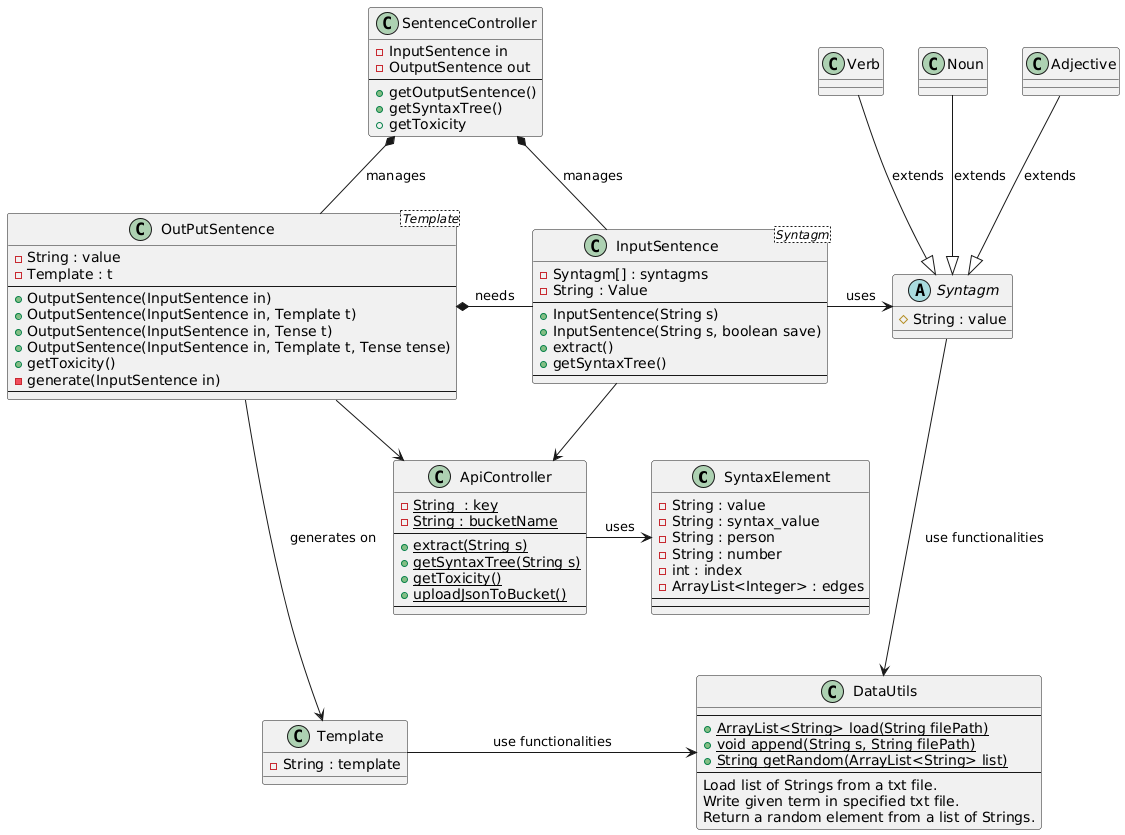
Earlier version of the PlantUML export docs/Class Diagram/Class Diagram.png (63616E617A7A61/NonSenseGenerator). Its diagram source:
```plantuml
@startuml
class "SyntaxElement" as se {
- String : value
- String : syntax_value
- String : person
- String : number
- int : index
- ArrayList<Integer> : edges
--
--
}

class "DataUtils" as du {
--
+ {static} ArrayList<String> load(String filePath)
+ {static} void append(String s, String filePath)
+ {static} String getRandom(ArrayList<String> list)
--
Load list of Strings from a txt file.
Write given term in specified txt file.
Return a random element from a list of Strings.
}

class "ApiController" as ac {
- {static} String  : key
- {static} String : bucketName
--
+ {static} extract(String s)
+ {static} getSyntaxTree(String s)
+ {static} getToxicity()
+ {static} uploadJsonToBucket()
--
}

class "Verb" as v {}
class "Noun" as n {}
class "Adjective" as a {}

Abstract "Syntagm" as s{
# String : value
}

class "Template" as t {
- String : template

}

class "SentenceController" as sc {
-InputSentence in
-OutputSentence out
--
+ getOutputSentence()
+ getSyntaxTree()
+ getToxicity
}

class "InputSentence" as is <Syntagm>{
- Syntagm[] : syntagms
- String : Value
--
+ InputSentence(String s)
+ InputSentence(String s, boolean save)
+ extract()
+ getSyntaxTree()
--
}

class "OutPutSentence" as os <Template> {
- String : value
- Template : t
--
+ OutputSentence(InputSentence in)
+ OutputSentence(InputSentence in, Template t)
+ OutputSentence(InputSentence in, Tense t)
+ OutputSentence(InputSentence in, Template t, Tense tense)
+ getToxicity()
- generate(InputSentence in)
--
}




v --|> s : extends
n --|> s : extends
a --|> s : extends

s -d-> du : use functionalities

os --> ac
is --> ac

os -d--> t : generates on
t -r-> du : use functionalities

os *-r- is : needs
is -> s : uses

sc *-- os : manages
sc *-- is : manages

ac -> se : uses
@enduml
```
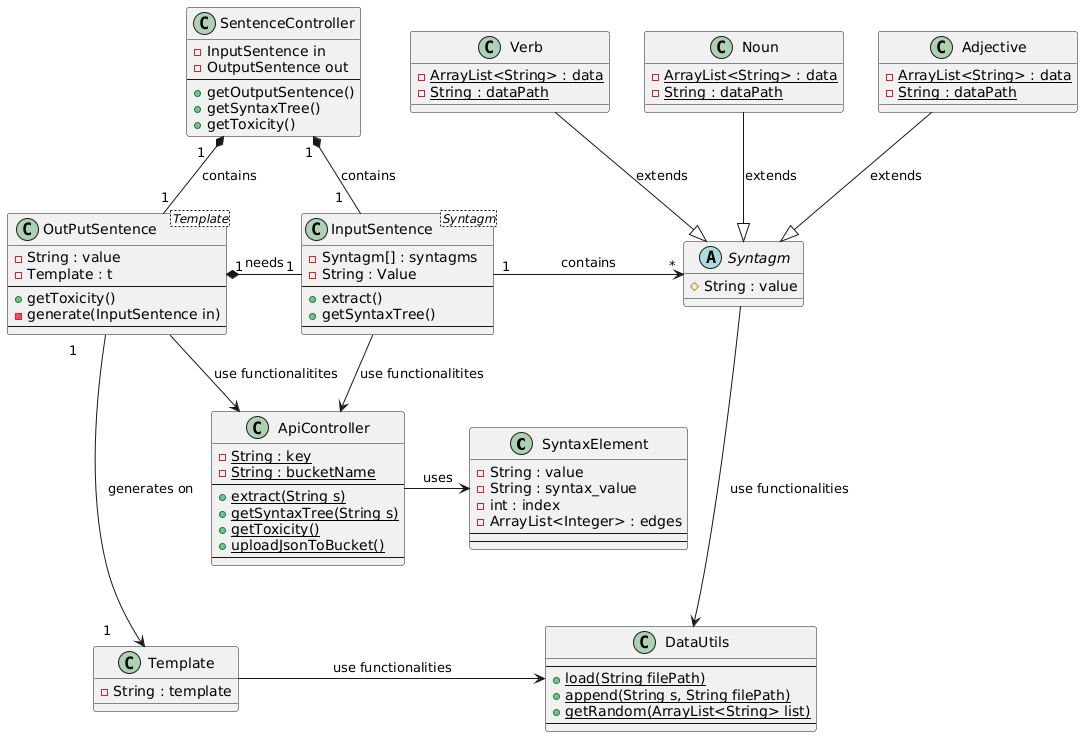
Above is the later version.

Change to the diagram source:
```diff
@@ -2,8 +2,6 @@
 class "SyntaxElement" as se {
 - String : value
 - String : syntax_value
-- String : person
-- String : number
 - int : index
 - ArrayList<Integer> : edges
 --
@@ -12,17 +10,14 @@
 
 class "DataUtils" as du {
 --
-+ {static} ArrayList<String> load(String filePath)
-+ {static} void append(String s, String filePath)
-+ {static} String getRandom(ArrayList<String> list)
++ {static} load(String filePath)
++ {static} append(String s, String filePath)
++ {static} getRandom(ArrayList<String> list)
 --
-Load list of Strings from a txt file.
-Write given term in specified txt file.
-Return a random element from a list of Strings.
 }
 
 class "ApiController" as ac {
-- {static} String  : key
+- {static} String : key
 - {static} String : bucketName
 --
 + {static} extract(String s)
@@ -32,9 +27,18 @@
 --
 }
 
-class "Verb" as v {}
-class "Noun" as n {}
-class "Adjective" as a {}
+class "Verb" as v {
+- {static} ArrayList<String> : data
+- {static} String : dataPath
+}
+class "Noun" as n {
+- {static} ArrayList<String> : data
+- {static} String : dataPath
+}
+class "Adjective" as a {
+- {static} ArrayList<String> : data
+- {static} String : dataPath
+}
 
 Abstract "Syntagm" as s{
 # String : value
@@ -51,15 +55,13 @@
 --
 + getOutputSentence()
 + getSyntaxTree()
-+ getToxicity
++ getToxicity()
 }
 
 class "InputSentence" as is <Syntagm>{
 - Syntagm[] : syntagms
 - String : Value
 --
-+ InputSentence(String s)
-+ InputSentence(String s, boolean save)
 + extract()
 + getSyntaxTree()
 --
@@ -69,10 +71,6 @@
 - String : value
 - Template : t
 --
-+ OutputSentence(InputSentence in)
-+ OutputSentence(InputSentence in, Template t)
-+ OutputSentence(InputSentence in, Tense t)
-+ OutputSentence(InputSentence in, Template t, Tense tense)
 + getToxicity()
 - generate(InputSentence in)
 --
@@ -87,17 +85,17 @@
 
 s -d-> du : use functionalities
 
-os --> ac
-is --> ac
+os --> ac : use functionalitites
+is --> ac : use functionalitites
 
-os -d--> t : generates on
+os "1\t" -d--> "1\t" t : generates on
 t -r-> du : use functionalities
 
-os *-r- is : needs
-is -> s : uses
+os "1" *-r- "1" is : needs
+is "1" -> "*" s : contains
 
-sc *-- os : manages
-sc *-- is : manages
+sc "1   " *-- "1" os : contains
+sc "1 " *-- "1   " is : contains
 
 ac -> se : uses
 @enduml
```
